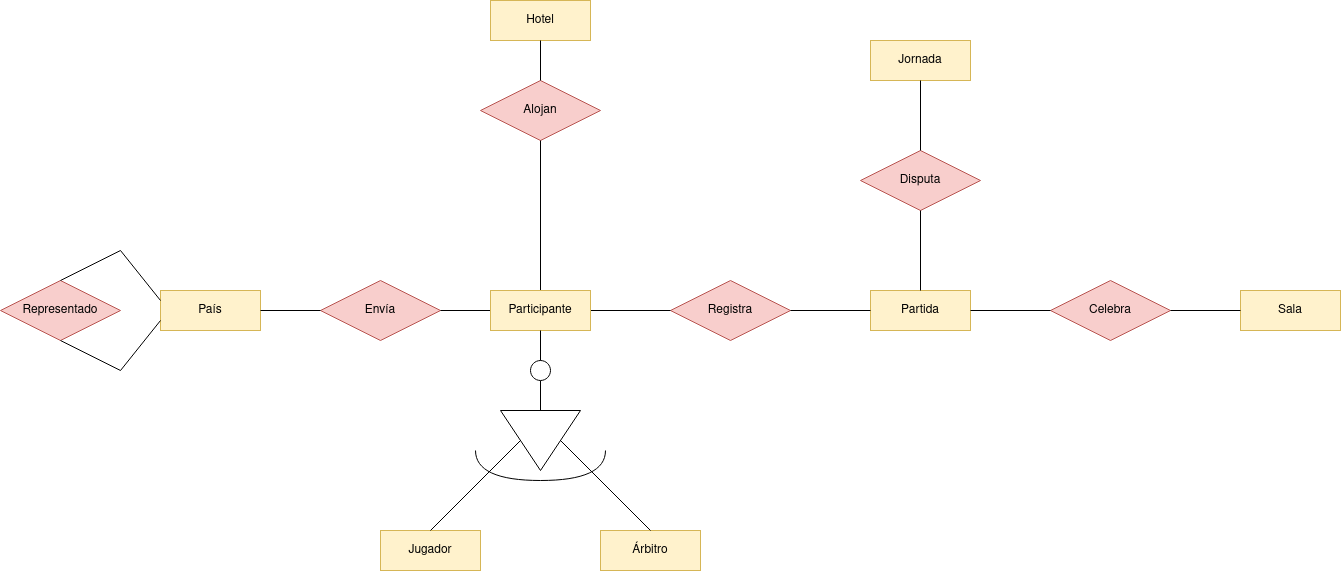
Before: TAREAS/Tareas clase/E-R/E-R Campeonato del mundo ajedrez.drawio.png, a diagram exported from draw.io (samugd17/base-datos-bae-). Source tidied: cells renumbered, new cells last; positions are measured from the earlier drawing's top-left corner, leaving out a move shared by most shapes. Its diagram source:
```xml
<mxGraphModel>
  <root>
    <mxCell id="0" />
    <mxCell id="1" parent="0" />
    <mxCell id="2" value="Jugador" style="whiteSpace=wrap;html=1;align=center;fillColor=#fff2cc;strokeColor=#d6b656;" parent="1" vertex="1">
      <mxGeometry x="380" y="530" width="100" height="40" as="geometry" />
    </mxCell>
    <mxCell id="3" value="Árbitro" style="whiteSpace=wrap;html=1;align=center;fillColor=#fff2cc;strokeColor=#d6b656;" parent="1" vertex="1">
      <mxGeometry x="600" y="530" width="100" height="40" as="geometry" />
    </mxCell>
    <mxCell id="4" value="País" style="whiteSpace=wrap;html=1;align=center;fillColor=#fff2cc;strokeColor=#d6b656;" parent="1" vertex="1">
      <mxGeometry x="160" y="290" width="100" height="40" as="geometry" />
    </mxCell>
    <mxCell id="5" value="Partida" style="whiteSpace=wrap;html=1;align=center;fillColor=#fff2cc;strokeColor=#d6b656;" parent="1" vertex="1">
      <mxGeometry x="870" y="290" width="100" height="40" as="geometry" />
    </mxCell>
    <mxCell id="6" value="Hotel" style="whiteSpace=wrap;html=1;align=center;fillColor=#fff2cc;strokeColor=#d6b656;" parent="1" vertex="1">
      <mxGeometry x="490" width="100" height="40" as="geometry" />
    </mxCell>
    <mxCell id="7" value="Sala" style="whiteSpace=wrap;html=1;align=center;fillColor=#fff2cc;strokeColor=#d6b656;" parent="1" vertex="1">
      <mxGeometry x="1240" y="290" width="100" height="40" as="geometry" />
    </mxCell>
    <mxCell id="8" value="Envía" style="shape=rhombus;perimeter=rhombusPerimeter;whiteSpace=wrap;html=1;align=center;fillColor=#f8cecc;strokeColor=#b85450;" parent="1" vertex="1">
      <mxGeometry x="320" y="280" width="120" height="60" as="geometry" />
    </mxCell>
    <mxCell id="9" style="triangle;whiteSpace=wrap;html=1;rotation=90;" parent="1" vertex="1">
      <mxGeometry x="510" y="400" width="60" height="80" as="geometry" />
    </mxCell>
    <mxCell id="10" value="Representado" style="shape=rhombus;perimeter=rhombusPerimeter;whiteSpace=wrap;html=1;align=center;fillColor=#f8cecc;strokeColor=#b85450;" parent="1" vertex="1">
      <mxGeometry y="280" width="120" height="60" as="geometry" />
    </mxCell>
    <mxCell id="11" style="endArrow=none;html=1;rounded=0;exitX=0.5;exitY=0;exitDx=0;exitDy=0;entryX=0;entryY=0.25;entryDx=0;entryDy=0;" parent="1" edge="1" source="10" target="4">
      <mxGeometry relative="1" as="geometry">
        <Array as="points">
          <mxPoint x="120" y="250" />
        </Array>
      </mxGeometry>
    </mxCell>
    <mxCell id="12" style="endArrow=none;html=1;rounded=0;exitX=0;exitY=0.75;exitDx=0;exitDy=0;entryX=0.5;entryY=1;entryDx=0;entryDy=0;" parent="1" edge="1" source="4" target="10">
      <mxGeometry relative="1" as="geometry">
        <Array as="points">
          <mxPoint x="120" y="370" />
        </Array>
      </mxGeometry>
    </mxCell>
    <mxCell id="13" value="Alojan" style="shape=rhombus;perimeter=rhombusPerimeter;whiteSpace=wrap;html=1;align=center;fillColor=#f8cecc;strokeColor=#b85450;" parent="1" vertex="1">
      <mxGeometry x="480" y="80" width="120" height="60" as="geometry" />
    </mxCell>
    <mxCell id="14" value="Celebra" style="shape=rhombus;perimeter=rhombusPerimeter;whiteSpace=wrap;html=1;align=center;fillColor=#f8cecc;strokeColor=#b85450;" parent="1" vertex="1">
      <mxGeometry x="1050" y="280" width="120" height="60" as="geometry" />
    </mxCell>
    <mxCell id="15" value="Jornada" style="whiteSpace=wrap;html=1;align=center;fillColor=#fff2cc;strokeColor=#d6b656;" parent="1" vertex="1">
      <mxGeometry x="870" y="40" width="100" height="40" as="geometry" />
    </mxCell>
    <mxCell id="16" value="Disputa" style="shape=rhombus;perimeter=rhombusPerimeter;whiteSpace=wrap;html=1;align=center;fillColor=#f8cecc;strokeColor=#b85450;" parent="1" vertex="1">
      <mxGeometry x="860" y="150" width="120" height="60" as="geometry" />
    </mxCell>
    <mxCell id="17" value="Registra" style="shape=rhombus;perimeter=rhombusPerimeter;whiteSpace=wrap;html=1;align=center;fillColor=#f8cecc;strokeColor=#b85450;" parent="1" vertex="1">
      <mxGeometry x="670" y="280" width="120" height="60" as="geometry" />
    </mxCell>
    <mxCell id="18" style="endArrow=none;html=1;rounded=0;exitX=0.5;exitY=0;exitDx=0;exitDy=0;entryX=0.5;entryY=0;entryDx=0;entryDy=0;" parent="1" edge="1" source="9" target="3">
      <mxGeometry relative="1" as="geometry" />
    </mxCell>
    <mxCell id="19" style="endArrow=none;html=1;rounded=0;entryX=0.5;entryY=0;entryDx=0;entryDy=0;exitX=0.5;exitY=1;exitDx=0;exitDy=0;" parent="1" edge="1" source="9" target="2">
      <mxGeometry relative="1" as="geometry" />
    </mxCell>
    <mxCell id="20" style="endArrow=none;html=1;rounded=0;entryX=1;entryY=0.5;entryDx=0;entryDy=0;exitX=0;exitY=0.5;exitDx=0;exitDy=0;" parent="1" edge="1" source="31" target="8">
      <mxGeometry relative="1" as="geometry" />
    </mxCell>
    <mxCell id="21" style="endArrow=none;html=1;rounded=0;entryX=0.5;entryY=1;entryDx=0;entryDy=0;exitX=0.5;exitY=0;exitDx=0;exitDy=0;" parent="1" edge="1" source="31" target="13">
      <mxGeometry relative="1" as="geometry" />
    </mxCell>
    <mxCell id="22" style="endArrow=none;html=1;rounded=0;exitX=0.5;exitY=1;exitDx=0;exitDy=0;entryX=0.5;entryY=0;entryDx=0;entryDy=0;" parent="1" edge="1" source="6" target="13">
      <mxGeometry relative="1" as="geometry" />
    </mxCell>
    <mxCell id="23" style="endArrow=none;html=1;rounded=0;exitX=0;exitY=0.5;exitDx=0;exitDy=0;entryX=1;entryY=0.5;entryDx=0;entryDy=0;" parent="1" edge="1" source="17" target="31">
      <mxGeometry relative="1" as="geometry" />
    </mxCell>
    <mxCell id="24" style="endArrow=none;html=1;rounded=0;entryX=1;entryY=0.5;entryDx=0;entryDy=0;exitX=0;exitY=0.5;exitDx=0;exitDy=0;" parent="1" edge="1" source="5" target="17">
      <mxGeometry relative="1" as="geometry" />
    </mxCell>
    <mxCell id="25" style="endArrow=none;html=1;rounded=0;entryX=0.5;entryY=0;entryDx=0;entryDy=0;exitX=0.5;exitY=1;exitDx=0;exitDy=0;" parent="1" edge="1" source="16" target="5">
      <mxGeometry relative="1" as="geometry" />
    </mxCell>
    <mxCell id="26" style="endArrow=none;html=1;rounded=0;entryX=0;entryY=0.5;entryDx=0;entryDy=0;exitX=1;exitY=0.5;exitDx=0;exitDy=0;" parent="1" edge="1" source="4" target="8">
      <mxGeometry relative="1" as="geometry" />
    </mxCell>
    <mxCell id="27" style="endArrow=none;html=1;rounded=0;entryX=1;entryY=0.5;entryDx=0;entryDy=0;exitX=0;exitY=0.5;exitDx=0;exitDy=0;" parent="1" edge="1" source="14" target="5">
      <mxGeometry relative="1" as="geometry" />
    </mxCell>
    <mxCell id="28" style="endArrow=none;html=1;rounded=0;entryX=0;entryY=0.5;entryDx=0;entryDy=0;exitX=1;exitY=0.5;exitDx=0;exitDy=0;" parent="1" edge="1" source="14" target="7">
      <mxGeometry relative="1" as="geometry" />
    </mxCell>
    <mxCell id="29" style="endArrow=none;html=1;rounded=0;entryX=0.5;entryY=0;entryDx=0;entryDy=0;exitX=0.5;exitY=1;exitDx=0;exitDy=0;" parent="1" edge="1" source="15" target="16">
      <mxGeometry relative="1" as="geometry" />
    </mxCell>
    <mxCell id="30" style="shape=requiredInterface;html=1;verticalLabelPosition=bottom;sketch=0;rotation=90;" parent="1" vertex="1">
      <mxGeometry x="525" y="400" width="30" height="130" as="geometry" />
    </mxCell>
    <mxCell id="31" value="Participante" style="whiteSpace=wrap;html=1;align=center;fillColor=#fff2cc;strokeColor=#d6b656;" parent="1" vertex="1">
      <mxGeometry x="490" y="290" width="100" height="40" as="geometry" />
    </mxCell>
    <mxCell id="32" style="endArrow=none;html=1;rounded=0;entryX=0;entryY=0.5;entryDx=0;entryDy=0;exitX=0.5;exitY=1;exitDx=0;exitDy=0;" parent="1" edge="1" source="33" target="9">
      <mxGeometry relative="1" as="geometry" />
    </mxCell>
    <mxCell id="33" style="ellipse;whiteSpace=wrap;html=1;" parent="1" vertex="1">
      <mxGeometry x="530" y="360" width="20" height="20" as="geometry" />
    </mxCell>
    <mxCell id="34" style="endArrow=none;html=1;rounded=0;entryX=0.5;entryY=0;entryDx=0;entryDy=0;exitX=0.5;exitY=1;exitDx=0;exitDy=0;" parent="1" edge="1" source="31" target="33">
      <mxGeometry relative="1" as="geometry" />
    </mxCell>
  </root>
</mxGraphModel>
```
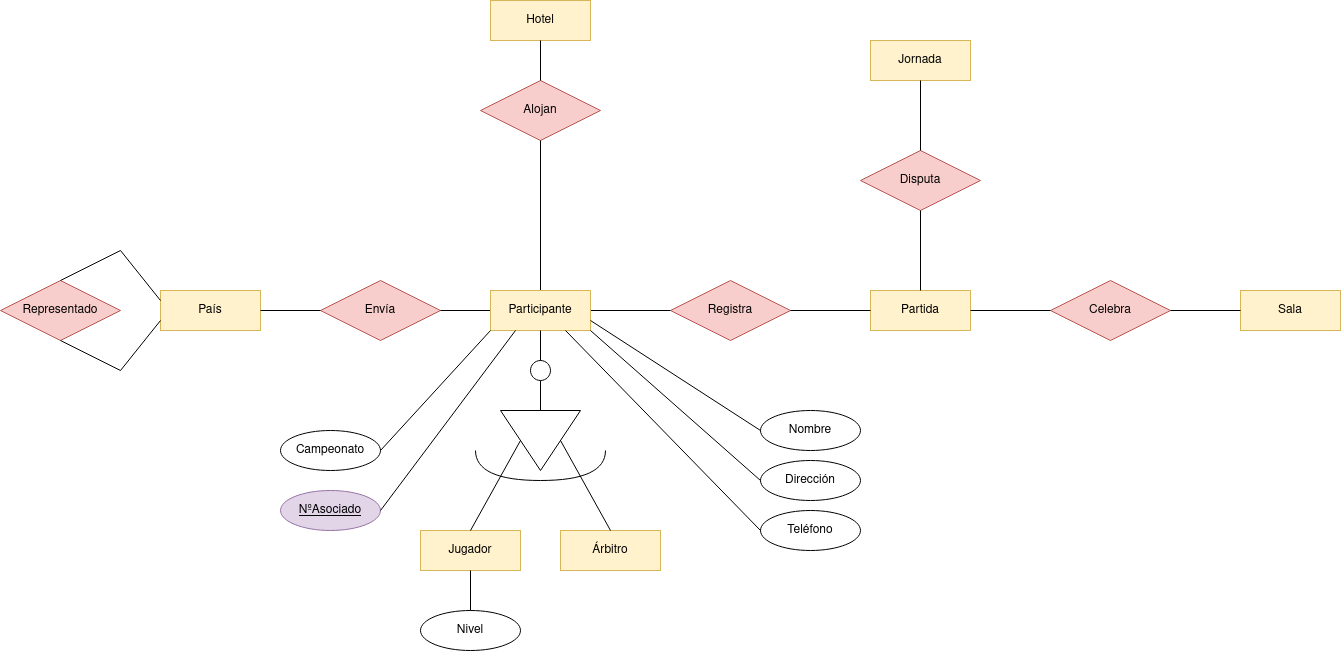
After the commit.

The edit, as a diff of the source:
```diff
@@ -3,10 +3,10 @@
     <mxCell id="0" />
     <mxCell id="1" parent="0" />
     <mxCell id="2" value="Jugador" style="whiteSpace=wrap;html=1;align=center;fillColor=#fff2cc;strokeColor=#d6b656;" parent="1" vertex="1">
-      <mxGeometry x="380" y="530" width="100" height="40" as="geometry" />
+      <mxGeometry x="420" y="530" width="100" height="40" as="geometry" />
     </mxCell>
     <mxCell id="3" value="Árbitro" style="whiteSpace=wrap;html=1;align=center;fillColor=#fff2cc;strokeColor=#d6b656;" parent="1" vertex="1">
-      <mxGeometry x="600" y="530" width="100" height="40" as="geometry" />
+      <mxGeometry x="560" y="530" width="100" height="40" as="geometry" />
     </mxCell>
     <mxCell id="4" value="País" style="whiteSpace=wrap;html=1;align=center;fillColor=#fff2cc;strokeColor=#d6b656;" parent="1" vertex="1">
       <mxGeometry x="160" y="290" width="100" height="40" as="geometry" />
@@ -109,5 +109,41 @@
     <mxCell id="34" style="endArrow=none;html=1;rounded=0;entryX=0.5;entryY=0;entryDx=0;entryDy=0;exitX=0.5;exitY=1;exitDx=0;exitDy=0;" parent="1" edge="1" source="31" target="33">
       <mxGeometry relative="1" as="geometry" />
     </mxCell>
+    <mxCell id="35" value="Nombre" style="ellipse;whiteSpace=wrap;html=1;align=center;" parent="1" vertex="1">
+      <mxGeometry x="760" y="410" width="100" height="40" as="geometry" />
+    </mxCell>
+    <mxCell id="36" value="Dirección" style="ellipse;whiteSpace=wrap;html=1;align=center;" parent="1" vertex="1">
+      <mxGeometry x="760" y="460" width="100" height="40" as="geometry" />
+    </mxCell>
+    <mxCell id="37" value="Teléfono" style="ellipse;whiteSpace=wrap;html=1;align=center;" parent="1" vertex="1">
+      <mxGeometry x="760" y="510" width="100" height="40" as="geometry" />
+    </mxCell>
+    <mxCell id="38" value="Campeonato" style="ellipse;whiteSpace=wrap;html=1;align=center;" parent="1" vertex="1">
+      <mxGeometry x="280" y="430" width="100" height="40" as="geometry" />
+    </mxCell>
+    <mxCell id="39" value="NºAsociado" style="ellipse;whiteSpace=wrap;html=1;align=center;fontStyle=4;fillColor=#e1d5e7;strokeColor=#9673a6;" parent="1" vertex="1">
+      <mxGeometry x="280" y="490" width="100" height="40" as="geometry" />
+    </mxCell>
+    <mxCell id="40" value="Nivel" style="ellipse;whiteSpace=wrap;html=1;align=center;" parent="1" vertex="1">
+      <mxGeometry x="420" y="610" width="100" height="40" as="geometry" />
+    </mxCell>
+    <mxCell id="41" style="endArrow=none;html=1;rounded=0;entryX=0.5;entryY=1;entryDx=0;entryDy=0;exitX=0.5;exitY=0;exitDx=0;exitDy=0;" parent="1" edge="1" source="40" target="2">
+      <mxGeometry relative="1" as="geometry" />
+    </mxCell>
+    <mxCell id="42" style="endArrow=none;html=1;rounded=0;entryX=1;entryY=0.5;entryDx=0;entryDy=0;exitX=0.25;exitY=1;exitDx=0;exitDy=0;" parent="1" edge="1" source="31" target="39">
+      <mxGeometry relative="1" as="geometry" />
+    </mxCell>
+    <mxCell id="43" style="endArrow=none;html=1;rounded=0;exitX=0;exitY=1;exitDx=0;exitDy=0;entryX=1;entryY=0.5;entryDx=0;entryDy=0;" parent="1" edge="1" source="31" target="38">
+      <mxGeometry relative="1" as="geometry" />
+    </mxCell>
+    <mxCell id="44" style="endArrow=none;html=1;rounded=0;exitX=1;exitY=0.75;exitDx=0;exitDy=0;entryX=0;entryY=0.5;entryDx=0;entryDy=0;" parent="1" edge="1" source="31" target="35">
+      <mxGeometry relative="1" as="geometry" />
+    </mxCell>
+    <mxCell id="45" style="endArrow=none;html=1;rounded=0;exitX=0.75;exitY=1;exitDx=0;exitDy=0;entryX=0;entryY=0.5;entryDx=0;entryDy=0;" parent="1" edge="1" source="31" target="37">
+      <mxGeometry relative="1" as="geometry" />
+    </mxCell>
+    <mxCell id="46" style="endArrow=none;html=1;rounded=0;exitX=1;exitY=1;exitDx=0;exitDy=0;entryX=0;entryY=0.5;entryDx=0;entryDy=0;" parent="1" edge="1" source="31" target="36">
+      <mxGeometry relative="1" as="geometry" />
+    </mxCell>
   </root>
 </mxGraphModel>
```
